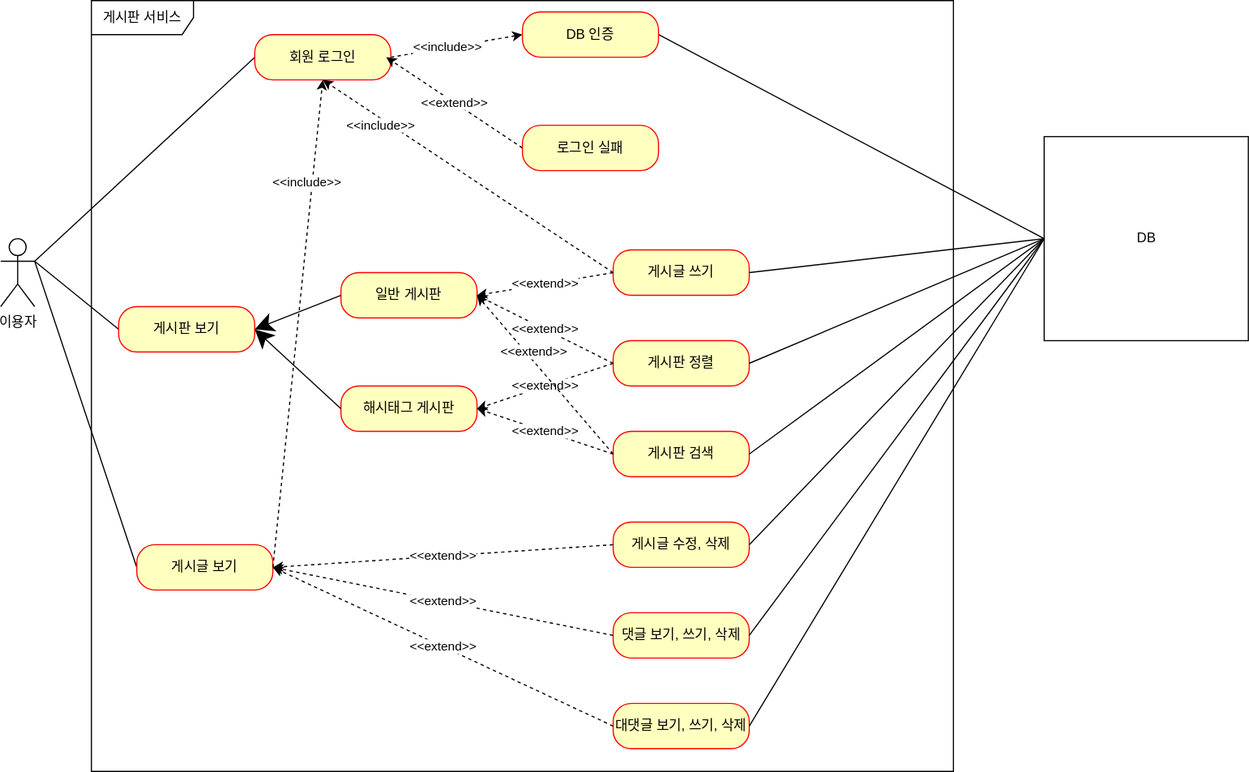
lmw7414/fastcampus-project-board keeps this draw.io diagram as document/use-case.svg. Above is the earlier version. Source tidied: cells renumbered, new cells last; positions are measured from the earlier drawing's top-left corner, leaving out a move shared by most shapes. Source of this version:
```xml
<mxGraphModel>
  <root>
    <mxCell id="0" />
    <mxCell id="1" parent="0" />
    <mxCell id="2" value="이용자" style="shape=umlActor;verticalLabelPosition=bottom;verticalAlign=top;html=1;" parent="1" vertex="1">
      <mxGeometry y="210" width="30" height="60" as="geometry" />
    </mxCell>
    <mxCell id="3" value="게시판 서비스" style="shape=umlFrame;whiteSpace=wrap;html=1;width=90;height=30;" parent="1" vertex="1">
      <mxGeometry x="80" width="760" height="680" as="geometry" />
    </mxCell>
    <mxCell id="4" style="edgeStyle=none;rounded=0;jettySize=auto;html=1;exitX=0;exitY=0.5;exitDx=0;exitDy=0;entryX=1;entryY=0.3333333333333333;entryDx=0;entryDy=0;entryPerimeter=0;endArrow=none;endFill=0;" parent="1" edge="1" source="5" target="2">
      <mxGeometry relative="1" as="geometry" />
    </mxCell>
    <mxCell id="5" value="게시판 보기" style="rounded=1;whiteSpace=wrap;html=1;arcSize=40;fontColor=#000000;fillColor=#ffffc0;strokeColor=#ff0000;" parent="1" vertex="1">
      <mxGeometry x="104" y="270" width="120" height="40" as="geometry" />
    </mxCell>
    <mxCell id="6" style="edgeStyle=none;rounded=0;jettySize=auto;html=1;exitX=0;exitY=0.5;exitDx=0;exitDy=0;endArrow=none;endFill=0;" parent="1" edge="1" source="7">
      <mxGeometry relative="1" as="geometry">
        <mxPoint x="30" y="230" as="targetPoint" />
      </mxGeometry>
    </mxCell>
    <mxCell id="7" value="게시글 보기" style="rounded=1;whiteSpace=wrap;html=1;arcSize=40;fontColor=#000000;fillColor=#ffffc0;strokeColor=#ff0000;" parent="1" vertex="1">
      <mxGeometry x="120" y="480" width="120" height="40" as="geometry" />
    </mxCell>
    <mxCell id="8" style="edgeStyle=none;rounded=0;jettySize=auto;html=1;exitX=0;exitY=0.5;exitDx=0;exitDy=0;endArrow=none;endFill=0;" parent="1" edge="1" source="10">
      <mxGeometry relative="1" as="geometry">
        <mxPoint x="30" y="230" as="targetPoint" />
      </mxGeometry>
    </mxCell>
    <mxCell id="9" value="&amp;lt;&amp;lt;include&amp;gt;&amp;gt;" style="edgeStyle=none;rounded=0;jettySize=auto;html=1;exitX=1;exitY=0.5;exitDx=0;exitDy=0;entryX=0;entryY=0.5;entryDx=0;entryDy=0;endArrow=classic;endFill=1;dashed=1;" parent="1" edge="1" source="10" target="12">
      <mxGeometry x="-0.13" relative="1" as="geometry" />
    </mxCell>
    <mxCell id="10" value="회원 로그인" style="rounded=1;whiteSpace=wrap;html=1;arcSize=40;fontColor=#000000;fillColor=#ffffc0;strokeColor=#ff0000;" parent="1" vertex="1">
      <mxGeometry x="224" y="30" width="120" height="40" as="geometry" />
    </mxCell>
    <mxCell id="11" style="edgeStyle=none;rounded=0;jettySize=auto;html=1;exitX=1;exitY=0.5;exitDx=0;exitDy=0;entryX=0;entryY=0.5;entryDx=0;entryDy=0;endArrow=none;endFill=0;" parent="1" edge="1" source="12" target="15">
      <mxGeometry relative="1" as="geometry" />
    </mxCell>
    <mxCell id="12" value="DB 인증" style="rounded=1;whiteSpace=wrap;html=1;arcSize=40;fontColor=#000000;fillColor=#ffffc0;strokeColor=#ff0000;" parent="1" vertex="1">
      <mxGeometry x="460" y="10" width="120" height="40" as="geometry" />
    </mxCell>
    <mxCell id="13" value="&amp;lt;&amp;lt;extend&amp;gt;&amp;gt;" style="edgeStyle=none;rounded=0;jettySize=auto;html=1;exitX=0;exitY=0.5;exitDx=0;exitDy=0;endArrow=classic;endFill=1;dashed=1;" parent="1" edge="1" source="14">
      <mxGeometry relative="1" as="geometry">
        <mxPoint x="340" y="50" as="targetPoint" />
      </mxGeometry>
    </mxCell>
    <mxCell id="14" value="로그인 실패&lt;span style=&quot;color: rgba(0, 0, 0, 0); font-family: monospace; font-size: 0px; text-align: start;&quot;&gt;%3CmxGraphModel%3E%3Croot%3E%3CmxCell%20id%3D%220%22%2F%3E%3CmxCell%20id%3D%221%22%20parent%3D%220%22%2F%3E%3CmxCell%20id%3D%222%22%20value%3D%22%ED%9A%8C%EC%9B%90%EA%B0%80%EC%9E%85%22%20style%3D%22rounded%3D1%3BwhiteSpace%3Dwrap%3Bhtml%3D1%3BarcSize%3D40%3BfontColor%3D%23000000%3BfillColor%3D%23ffffc0%3BstrokeColor%3D%23ff0000%3B%22%20vertex%3D%221%22%20parent%3D%221%22%3E%3CmxGeometry%20x%3D%22200%22%20y%3D%22260%22%20width%3D%22120%22%20height%3D%2240%22%20as%3D%22geometry%22%2F%3E%3C%2FmxCell%3E%3C%2Froot%3E%3C%2FmxGraphModel%3E&lt;/span&gt;" style="rounded=1;whiteSpace=wrap;html=1;arcSize=40;fontColor=#000000;fillColor=#ffffc0;strokeColor=#ff0000;" parent="1" vertex="1">
      <mxGeometry x="460" y="110" width="120" height="40" as="geometry" />
    </mxCell>
    <mxCell id="15" value="DB" style="html=1;" parent="1" vertex="1">
      <mxGeometry x="920" y="120" width="180" height="180" as="geometry" />
    </mxCell>
    <mxCell id="16" value="일반 게시판" style="rounded=1;whiteSpace=wrap;html=1;arcSize=40;fontColor=#000000;fillColor=#ffffc0;strokeColor=#ff0000;" parent="1" vertex="1">
      <mxGeometry x="300" y="240" width="120" height="40" as="geometry" />
    </mxCell>
    <mxCell id="17" value="해시태그 게시판" style="rounded=1;whiteSpace=wrap;html=1;arcSize=40;fontColor=#000000;fillColor=#ffffc0;strokeColor=#ff0000;" parent="1" vertex="1">
      <mxGeometry x="300" y="340" width="120" height="40" as="geometry" />
    </mxCell>
    <mxCell id="18" value="게시글 쓰기" style="rounded=1;whiteSpace=wrap;html=1;arcSize=40;fontColor=#000000;fillColor=#ffffc0;strokeColor=#ff0000;" parent="1" vertex="1">
      <mxGeometry x="540" y="220" width="120" height="40" as="geometry" />
    </mxCell>
    <mxCell id="19" value="게시글 수정, 삭제" style="rounded=1;whiteSpace=wrap;html=1;arcSize=40;fontColor=#000000;fillColor=#ffffc0;strokeColor=#ff0000;" parent="1" vertex="1">
      <mxGeometry x="540" y="460" width="120" height="40" as="geometry" />
    </mxCell>
    <mxCell id="20" value="대댓글 보기, 쓰기, 삭제" style="rounded=1;whiteSpace=wrap;html=1;arcSize=40;fontColor=#000000;fillColor=#ffffc0;strokeColor=#ff0000;" parent="1" vertex="1">
      <mxGeometry x="540" y="620" width="120" height="40" as="geometry" />
    </mxCell>
    <mxCell id="21" value="게시판 정렬" style="rounded=1;whiteSpace=wrap;html=1;arcSize=40;fontColor=#000000;fillColor=#ffffc0;strokeColor=#ff0000;" parent="1" vertex="1">
      <mxGeometry x="540" y="300" width="120" height="40" as="geometry" />
    </mxCell>
    <mxCell id="22" value="게시판 검색" style="rounded=1;whiteSpace=wrap;html=1;arcSize=40;fontColor=#000000;fillColor=#ffffc0;strokeColor=#ff0000;" parent="1" vertex="1">
      <mxGeometry x="540" y="380" width="120" height="40" as="geometry" />
    </mxCell>
    <mxCell id="23" value="댓글 보기, 쓰기, 삭제" style="rounded=1;whiteSpace=wrap;html=1;arcSize=40;fontColor=#000000;fillColor=#ffffc0;strokeColor=#ff0000;" parent="1" vertex="1">
      <mxGeometry x="540" y="540" width="120" height="40" as="geometry" />
    </mxCell>
    <mxCell id="24" style="endArrow=classic;html=1;rounded=0;fontSize=12;startSize=14;endSize=14;sourcePerimeterSpacing=8;targetPerimeterSpacing=8;curved=1;entryX=1;entryY=0.5;entryDx=0;entryDy=0;exitX=0;exitY=0.5;exitDx=0;exitDy=0;" parent="1" edge="1" source="16" target="5">
      <mxGeometry relative="1" as="geometry" />
    </mxCell>
    <mxCell id="25" style="endArrow=classic;html=1;rounded=0;fontSize=12;startSize=14;endSize=14;sourcePerimeterSpacing=8;targetPerimeterSpacing=8;curved=1;entryX=1;entryY=0.5;entryDx=0;entryDy=0;exitX=0;exitY=0.5;exitDx=0;exitDy=0;" parent="1" edge="1" source="17" target="5">
      <mxGeometry relative="1" as="geometry" />
    </mxCell>
    <mxCell id="26" style="edgeStyle=none;rounded=0;jettySize=auto;html=1;exitX=1;exitY=0.5;exitDx=0;exitDy=0;entryX=0;entryY=0.5;entryDx=0;entryDy=0;endArrow=none;endFill=0;" parent="1" edge="1" source="18" target="15">
      <mxGeometry relative="1" as="geometry" />
    </mxCell>
    <mxCell id="27" style="edgeStyle=none;rounded=0;jettySize=auto;html=1;exitX=1;exitY=0.5;exitDx=0;exitDy=0;entryX=0;entryY=0.5;entryDx=0;entryDy=0;endArrow=none;endFill=0;" parent="1" edge="1" source="21" target="15">
      <mxGeometry relative="1" as="geometry" />
    </mxCell>
    <mxCell id="28" style="edgeStyle=none;rounded=0;jettySize=auto;html=1;exitX=1;exitY=0.5;exitDx=0;exitDy=0;entryX=0;entryY=0.5;entryDx=0;entryDy=0;endArrow=none;endFill=0;" parent="1" edge="1" source="22" target="15">
      <mxGeometry relative="1" as="geometry" />
    </mxCell>
    <mxCell id="29" style="edgeStyle=none;rounded=0;jettySize=auto;html=1;exitX=1;exitY=0.5;exitDx=0;exitDy=0;entryX=0;entryY=0.5;entryDx=0;entryDy=0;endArrow=none;endFill=0;" parent="1" edge="1" source="19" target="15">
      <mxGeometry relative="1" as="geometry" />
    </mxCell>
    <mxCell id="30" style="edgeStyle=none;rounded=0;jettySize=auto;html=1;exitX=1;exitY=0.5;exitDx=0;exitDy=0;endArrow=none;endFill=0;" parent="1" edge="1" source="23">
      <mxGeometry relative="1" as="geometry">
        <mxPoint x="920" y="210" as="targetPoint" />
      </mxGeometry>
    </mxCell>
    <mxCell id="31" style="edgeStyle=none;rounded=0;jettySize=auto;html=1;exitX=1;exitY=0.5;exitDx=0;exitDy=0;endArrow=none;endFill=0;" parent="1" edge="1" source="20">
      <mxGeometry relative="1" as="geometry">
        <mxPoint x="920" y="210" as="targetPoint" />
      </mxGeometry>
    </mxCell>
    <mxCell id="32" value="&amp;lt;&amp;lt;include&amp;gt;&amp;gt;" style="edgeStyle=none;rounded=0;jettySize=auto;html=1;exitX=1;exitY=0.5;exitDx=0;exitDy=0;entryX=0.5;entryY=1;entryDx=0;entryDy=0;endArrow=classic;endFill=1;dashed=1;" parent="1" edge="1" source="7" target="10">
      <mxGeometry x="0.58" y="5" relative="1" as="geometry" />
    </mxCell>
    <mxCell id="33" value="&amp;lt;&amp;lt;include&amp;gt;&amp;gt;" style="edgeStyle=none;rounded=0;jettySize=auto;html=1;exitX=0;exitY=0.5;exitDx=0;exitDy=0;entryX=0.5;entryY=1;entryDx=0;entryDy=0;endArrow=classic;endFill=1;dashed=1;" parent="1" edge="1" source="18" target="10">
      <mxGeometry x="0.58" y="5" relative="1" as="geometry" />
    </mxCell>
    <mxCell id="34" value="&amp;lt;&amp;lt;extend&amp;gt;&amp;gt;" style="edgeStyle=none;rounded=0;jettySize=auto;html=1;exitX=0;exitY=0.5;exitDx=0;exitDy=0;endArrow=classic;endFill=1;dashed=1;entryX=1;entryY=0.5;entryDx=0;entryDy=0;" parent="1" edge="1" source="18" target="16">
      <mxGeometry relative="1" as="geometry" />
    </mxCell>
    <mxCell id="35" value="&amp;lt;&amp;lt;extend&amp;gt;&amp;gt;" style="edgeStyle=none;rounded=0;jettySize=auto;html=1;exitX=0;exitY=0.5;exitDx=0;exitDy=0;endArrow=classic;endFill=1;dashed=1;entryX=1;entryY=0.5;entryDx=0;entryDy=0;" parent="1" edge="1" source="21" target="16">
      <mxGeometry relative="1" as="geometry" />
    </mxCell>
    <mxCell id="36" value="&amp;lt;&amp;lt;extend&amp;gt;&amp;gt;" style="edgeStyle=none;rounded=0;jettySize=auto;html=1;exitX=0;exitY=0.5;exitDx=0;exitDy=0;endArrow=classic;endFill=1;dashed=1;entryX=1;entryY=0.5;entryDx=0;entryDy=0;" parent="1" edge="1" source="21" target="17">
      <mxGeometry relative="1" as="geometry" />
    </mxCell>
    <mxCell id="37" value="&amp;lt;&amp;lt;extend&amp;gt;&amp;gt;" style="edgeStyle=none;rounded=0;jettySize=auto;html=1;exitX=0;exitY=0.5;exitDx=0;exitDy=0;endArrow=classic;endFill=1;dashed=1;entryX=1;entryY=0.5;entryDx=0;entryDy=0;" parent="1" edge="1" source="22" target="16">
      <mxGeometry x="0.24" y="-5" relative="1" as="geometry" />
    </mxCell>
    <mxCell id="38" value="&amp;lt;&amp;lt;extend&amp;gt;&amp;gt;" style="edgeStyle=none;rounded=0;jettySize=auto;html=1;exitX=0;exitY=0.5;exitDx=0;exitDy=0;endArrow=classic;endFill=1;dashed=1;entryX=1;entryY=0.5;entryDx=0;entryDy=0;" parent="1" edge="1" source="22" target="17">
      <mxGeometry relative="1" as="geometry" />
    </mxCell>
    <mxCell id="39" value="&amp;lt;&amp;lt;extend&amp;gt;&amp;gt;" style="edgeStyle=none;rounded=0;jettySize=auto;html=1;exitX=0;exitY=0.5;exitDx=0;exitDy=0;endArrow=classic;endFill=1;dashed=1;" parent="1" edge="1" source="19">
      <mxGeometry relative="1" as="geometry">
        <mxPoint x="240" y="500" as="targetPoint" />
      </mxGeometry>
    </mxCell>
    <mxCell id="40" value="&amp;lt;&amp;lt;extend&amp;gt;&amp;gt;" style="edgeStyle=none;rounded=0;jettySize=auto;html=1;exitX=0;exitY=0.5;exitDx=0;exitDy=0;endArrow=classic;endFill=1;dashed=1;entryX=1;entryY=0.5;entryDx=0;entryDy=0;" parent="1" edge="1" source="23" target="7">
      <mxGeometry relative="1" as="geometry" />
    </mxCell>
    <mxCell id="41" value="&amp;lt;&amp;lt;extend&amp;gt;&amp;gt;" style="edgeStyle=none;rounded=0;jettySize=auto;html=1;exitX=0;exitY=0.5;exitDx=0;exitDy=0;endArrow=classic;endFill=1;dashed=1;entryX=1;entryY=0.5;entryDx=0;entryDy=0;" parent="1" edge="1" source="20" target="7">
      <mxGeometry relative="1" as="geometry" />
    </mxCell>
  </root>
</mxGraphModel>
```
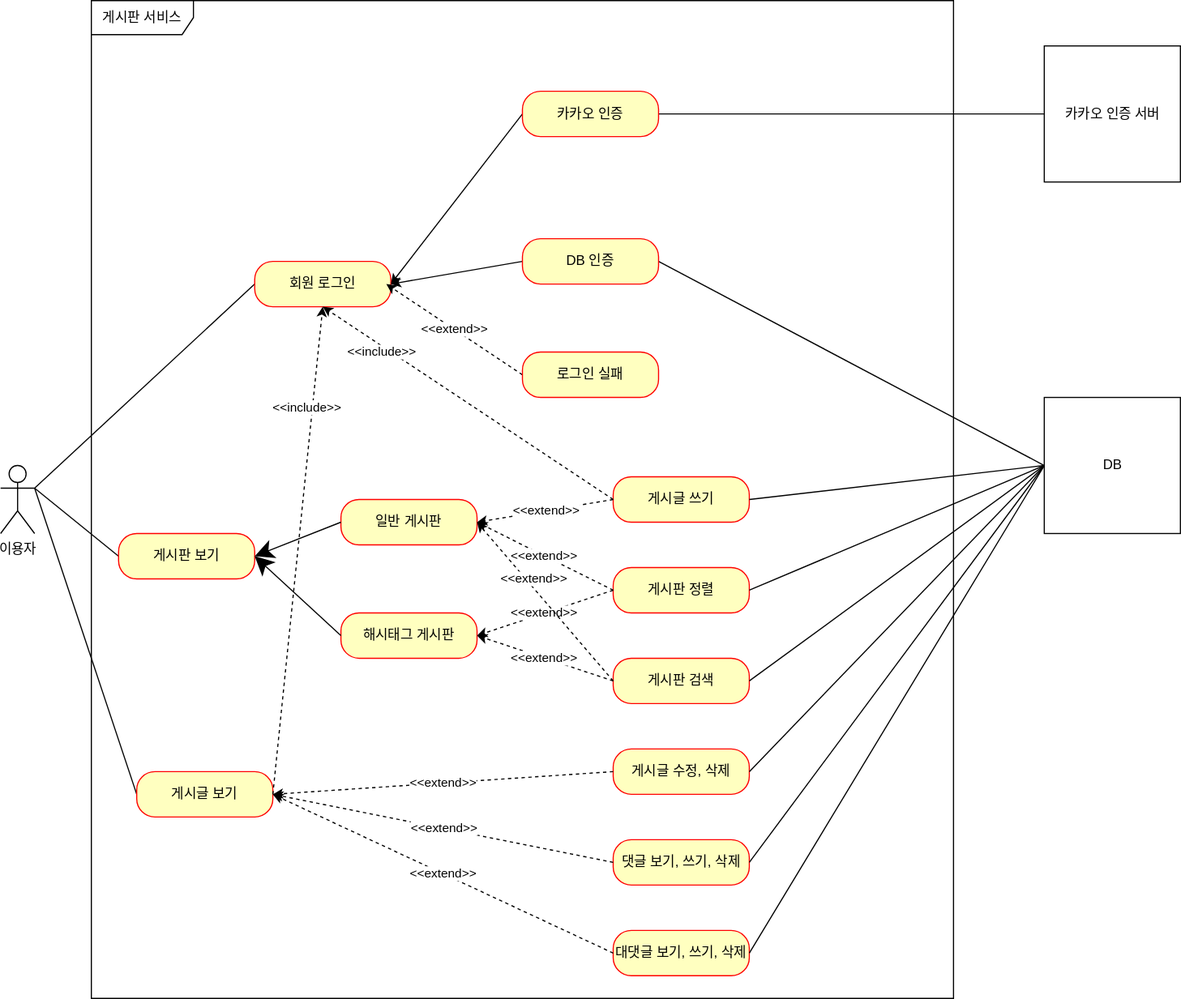
After the commit.

Commit message:
#52 -use-case.svg : 카카오 인증 유즈케이스 추가

Diff of the diagram source:
```diff
@@ -6,7 +6,7 @@
       <mxGeometry y="210" width="30" height="60" as="geometry" />
     </mxCell>
     <mxCell id="3" value="게시판 서비스" style="shape=umlFrame;whiteSpace=wrap;html=1;width=90;height=30;" parent="1" vertex="1">
-      <mxGeometry x="80" width="760" height="680" as="geometry" />
+      <mxGeometry x="80" y="-200" width="760" height="880" as="geometry" />
     </mxCell>
     <mxCell id="4" style="edgeStyle=none;rounded=0;jettySize=auto;html=1;exitX=0;exitY=0.5;exitDx=0;exitDy=0;entryX=1;entryY=0.3333333333333333;entryDx=0;entryDy=0;entryPerimeter=0;endArrow=none;endFill=0;" parent="1" edge="1" source="5" target="2">
       <mxGeometry relative="1" as="geometry" />
@@ -27,15 +27,15 @@
         <mxPoint x="30" y="230" as="targetPoint" />
       </mxGeometry>
     </mxCell>
-    <mxCell id="9" value="&amp;lt;&amp;lt;include&amp;gt;&amp;gt;" style="edgeStyle=none;rounded=0;jettySize=auto;html=1;exitX=1;exitY=0.5;exitDx=0;exitDy=0;entryX=0;entryY=0.5;entryDx=0;entryDy=0;endArrow=classic;endFill=1;dashed=1;" parent="1" edge="1" source="10" target="12">
-      <mxGeometry x="-0.13" relative="1" as="geometry" />
-    </mxCell>
     <mxCell id="10" value="회원 로그인" style="rounded=1;whiteSpace=wrap;html=1;arcSize=40;fontColor=#000000;fillColor=#ffffc0;strokeColor=#ff0000;" parent="1" vertex="1">
       <mxGeometry x="224" y="30" width="120" height="40" as="geometry" />
     </mxCell>
     <mxCell id="11" style="edgeStyle=none;rounded=0;jettySize=auto;html=1;exitX=1;exitY=0.5;exitDx=0;exitDy=0;entryX=0;entryY=0.5;entryDx=0;entryDy=0;endArrow=none;endFill=0;" parent="1" edge="1" source="12" target="15">
       <mxGeometry relative="1" as="geometry" />
     </mxCell>
+    <mxCell id="42" style="edgeStyle=none;rounded=0;jettySize=auto;html=1;exitX=0;exitY=0.5;exitDx=0;exitDy=0;entryX=1;entryY=0.5;entryDx=0;entryDy=0;endArrow=classic;endFill=1;" parent="1" edge="1" source="12" target="10">
+      <mxGeometry relative="1" as="geometry" />
+    </mxCell>
     <mxCell id="12" value="DB 인증" style="rounded=1;whiteSpace=wrap;html=1;arcSize=40;fontColor=#000000;fillColor=#ffffc0;strokeColor=#ff0000;" parent="1" vertex="1">
       <mxGeometry x="460" y="10" width="120" height="40" as="geometry" />
     </mxCell>
@@ -48,7 +48,7 @@
       <mxGeometry x="460" y="110" width="120" height="40" as="geometry" />
     </mxCell>
     <mxCell id="15" value="DB" style="html=1;" parent="1" vertex="1">
-      <mxGeometry x="920" y="120" width="180" height="180" as="geometry" />
+      <mxGeometry x="920" y="150" width="120" height="120" as="geometry" />
     </mxCell>
     <mxCell id="16" value="일반 게시판" style="rounded=1;whiteSpace=wrap;html=1;arcSize=40;fontColor=#000000;fillColor=#ffffc0;strokeColor=#ff0000;" parent="1" vertex="1">
       <mxGeometry x="300" y="240" width="120" height="40" as="geometry" />
@@ -134,5 +134,17 @@
     <mxCell id="41" value="&amp;lt;&amp;lt;extend&amp;gt;&amp;gt;" style="edgeStyle=none;rounded=0;jettySize=auto;html=1;exitX=0;exitY=0.5;exitDx=0;exitDy=0;endArrow=classic;endFill=1;dashed=1;entryX=1;entryY=0.5;entryDx=0;entryDy=0;" parent="1" edge="1" source="20" target="7">
       <mxGeometry relative="1" as="geometry" />
     </mxCell>
+    <mxCell id="43" style="edgeStyle=orthogonalEdgeStyle;rounded=0;jettySize=auto;html=1;exitX=0;exitY=0.5;exitDx=0;exitDy=0;endArrow=none;endFill=0;" parent="1" edge="1" source="44" target="46">
+      <mxGeometry relative="1" as="geometry" />
+    </mxCell>
+    <mxCell id="44" value="카카오 인증 서버" style="html=1;" parent="1" vertex="1">
+      <mxGeometry x="920" y="-160" width="120" height="120" as="geometry" />
+    </mxCell>
+    <mxCell id="45" style="rounded=0;jettySize=auto;html=1;exitX=0;exitY=0.5;exitDx=0;exitDy=0;entryX=1;entryY=0.5;entryDx=0;entryDy=0;endArrow=classic;endFill=1;" parent="1" edge="1" source="46" target="10">
+      <mxGeometry relative="1" as="geometry" />
+    </mxCell>
+    <mxCell id="46" value="카카오 인증" style="rounded=1;whiteSpace=wrap;html=1;arcSize=40;fontColor=#000000;fillColor=#ffffc0;strokeColor=#ff0000;" parent="1" vertex="1">
+      <mxGeometry x="460" y="-120" width="120" height="40" as="geometry" />
+    </mxCell>
   </root>
 </mxGraphModel>
```
